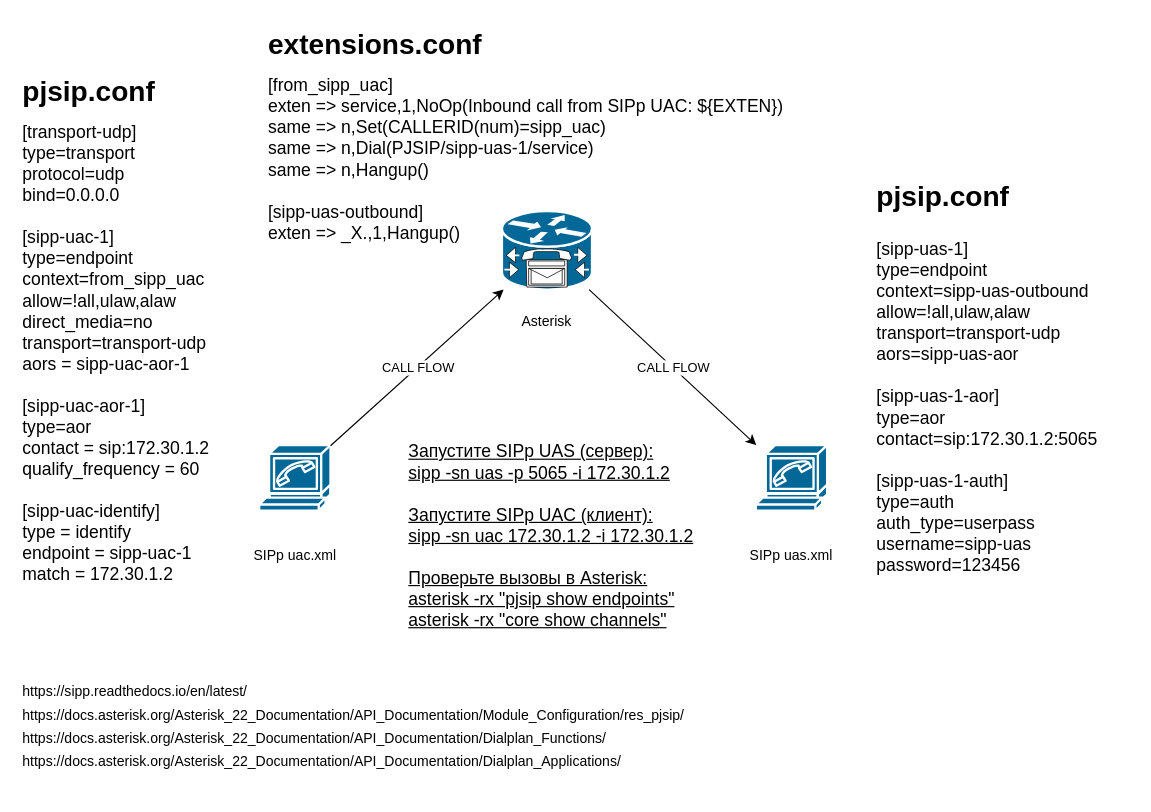
Earlier version of the draw.io diagram LAB1-2xSIPp-1xAsterisk.drawio (sysadminlab/voip). Source tidied: cells renumbered, new cells numbered last; positions are measured from the earlier drawing's top-left corner, leaving out a move shared by most shapes. Both pictures are drawn from the tidied source at 117%, with x=0, y=0 at pixel (20, 20).
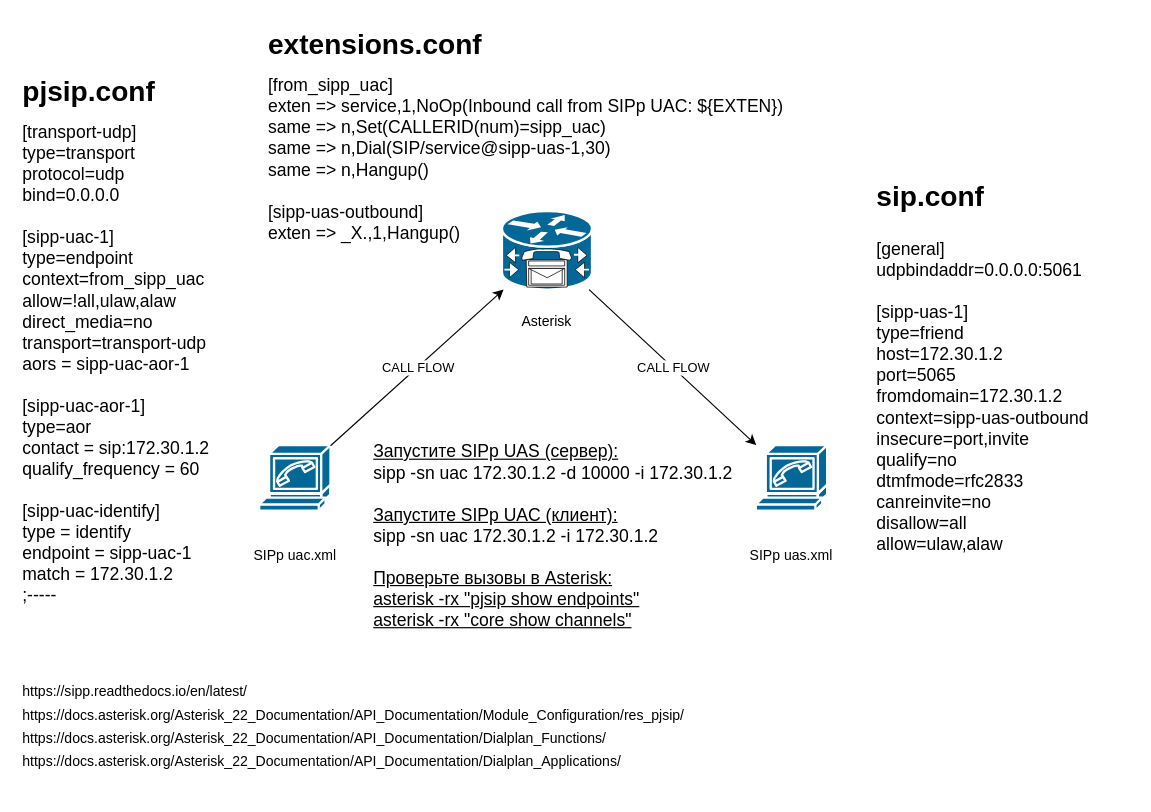
After the change.

Diff of the diagram source:
```diff
@@
-    <mxCell id="12" value="[from_sipp_uac]&lt;br&gt;exten =&amp;gt; service,1,NoOp(Inbound call from SIPp UAC: ${EXTEN})&lt;br&gt;same =&amp;gt; n,Set(CALLERID(num)=sipp_uac)&lt;br&gt;same =&amp;gt; n,Dial(PJSIP/sipp-uas-1/service)&amp;nbsp;&lt;br&gt;same =&amp;gt; n,Hangup()&lt;br&gt;&lt;br&gt;[sipp-uas-outbound]&lt;br&gt;exten =&amp;gt; _X.,1,Hangup()&lt;br&gt;&lt;div&gt;&lt;br&gt;&lt;/div&gt;" style="text;html=1;whiteSpace=wrap;overflow=hidden;rounded=0;fontSize=15;" parent="1" vertex="1">
+    <mxCell id="12" value="[from_sipp_uac]&lt;br&gt;exten =&amp;gt; service,1,NoOp(Inbound call from SIPp UAC: ${EXTEN})&lt;br&gt;same =&amp;gt; n,Set(CALLERID(num)=sipp_uac)&lt;br&gt;same =&amp;gt; n,Dial(SIP/service@sipp-uas-1,30)&lt;br&gt;same =&amp;gt; n,Hangup()&lt;br&gt;&lt;br&gt;[sipp-uas-outbound]&lt;br&gt;exten =&amp;gt; _X.,1,Hangup()&lt;br&gt;&lt;div&gt;&lt;br&gt;&lt;/div&gt;" style="text;html=1;whiteSpace=wrap;overflow=hidden;rounded=0;fontSize=15;" parent="1" vertex="1">
       <mxGeometry x="210" y="40" width="460.5" height="170" as="geometry" />
     </mxCell>
-    <mxCell id="13" value="&lt;div&gt;[transport-udp]&lt;br&gt;type=transport&lt;br&gt;protocol=udp&lt;br&gt;bind=0.0.0.0&lt;/div&gt;&lt;div&gt;&lt;br&gt;&lt;/div&gt;&lt;div&gt;[sipp-uac-1]&lt;/div&gt;type=endpoint&lt;br&gt;context=from_sipp_uac&lt;br&gt;allow=!all,ulaw,alaw&lt;br&gt;direct_media=no&lt;br&gt;transport=transport-udp&lt;br&gt;aors = sipp-uac-aor-1&lt;br&gt;&lt;br&gt;[sipp-uac-aor-1]&lt;br&gt;type=aor&lt;br&gt;contact = sip:172.30.1.2&lt;br&gt;qualify_frequency = 60&lt;br&gt;&lt;br&gt;[sipp-uac-identify]&lt;br&gt;type = identify&lt;br&gt;endpoint = sipp-uac-1&lt;br&gt;match = 172.30.1.2" style="text;html=1;whiteSpace=wrap;overflow=hidden;rounded=0;fontSize=15;" parent="1" vertex="1">
+    <mxCell id="13" value="&lt;div&gt;[transport-udp]&lt;br&gt;type=transport&lt;br&gt;protocol=udp&lt;br&gt;bind=0.0.0.0&lt;/div&gt;&lt;div&gt;&lt;br&gt;&lt;/div&gt;&lt;div&gt;[sipp-uac-1]&lt;/div&gt;type=endpoint&lt;br&gt;context=from_sipp_uac&lt;br&gt;allow=!all,ulaw,alaw&lt;br&gt;direct_media=no&lt;br&gt;transport=transport-udp&lt;br&gt;aors = sipp-uac-aor-1&lt;br&gt;&lt;br&gt;[sipp-uac-aor-1]&lt;br&gt;type=aor&lt;br&gt;contact = sip:172.30.1.2&lt;br&gt;qualify_frequency = 60&lt;br&gt;&lt;br&gt;[sipp-uac-identify]&lt;br&gt;type = identify&lt;br&gt;endpoint = sipp-uac-1&lt;br&gt;&lt;div&gt;match = 172.30.1.2&lt;/div&gt;&lt;div&gt;;-----&lt;/div&gt;&lt;div&gt;&lt;br&gt;&lt;/div&gt;" style="text;html=1;whiteSpace=wrap;overflow=hidden;rounded=0;fontSize=15;" parent="1" vertex="1">
       <mxGeometry y="80" width="200" height="440" as="geometry" />
     </mxCell>
-    <mxCell id="14" value="[sipp-uas-1]&lt;br&gt;type=endpoint&lt;br&gt;context=sipp-uas-outbound&lt;br&gt;allow=!all,ulaw,alaw&lt;br&gt;transport=transport-udp&lt;br&gt;aors=sipp-uas-aor&lt;br&gt;&lt;br&gt;[sipp-uas-1-aor]&lt;br&gt;type=aor&lt;br&gt;contact=sip:172.30.1.2:5065&amp;nbsp;&lt;br&gt;&lt;br&gt;[sipp-uas-1-auth]&lt;br&gt;type=auth&lt;br&gt;auth_type=userpass&lt;br&gt;username=sipp-uas&lt;br&gt;password=123456&amp;nbsp;&amp;nbsp;&lt;div&gt;&lt;br&gt;&lt;/div&gt;" style="text;html=1;whiteSpace=wrap;overflow=hidden;rounded=0;fontSize=15;" parent="1" vertex="1">
+    <mxCell id="14" value="&lt;div&gt;[general]&lt;/div&gt;&lt;div&gt;udpbindaddr=0.0.0.0:5061&lt;/div&gt;&lt;div&gt;&lt;br&gt;&lt;/div&gt;&lt;div&gt;[sipp-uas-1]&lt;/div&gt;type=friend&lt;br&gt;host=172.30.1.2&lt;br&gt;port=5065&lt;br&gt;fromdomain=172.30.1.2&lt;br&gt;context=sipp-uas-outbound&lt;br&gt;insecure=port,invite&lt;br&gt;qualify=no&lt;br&gt;dtmfmode=rfc2833&lt;br&gt;canreinvite=no&lt;br&gt;disallow=all&lt;br&gt;allow=ulaw,alaw" style="text;html=1;whiteSpace=wrap;overflow=hidden;rounded=0;fontSize=15;" parent="1" vertex="1">
       <mxGeometry x="730" y="180" width="220" height="327" as="geometry" />
     </mxCell>
-    <mxCell id="15" value="&lt;u&gt;Запустите SIPp UAS (сервер):&lt;br&gt;sipp -sn uas -p 5065 -i 172.30.1.2&lt;br&gt;&lt;br&gt;Запустите SIPp UAC (клиент):&lt;br&gt;sipp -sn uac 172.30.1.2 -i 172.30.1.2&lt;br&gt;&lt;br&gt;Проверьте вызовы в Asterisk:&lt;br&gt;asterisk -rx &quot;pjsip show endpoints&quot;&lt;br&gt;asterisk -rx &quot;core show channels&quot;&lt;/u&gt;" style="text;whiteSpace=wrap;html=1;fontSize=15;" parent="1" vertex="1">
-      <mxGeometry x="329.5" y="353" width="290.5" height="187" as="geometry" />
+    <mxCell id="15" value="&lt;u&gt;Запустите SIPp UAS (сервер):&lt;br&gt;&lt;/u&gt;sipp -sn uac 172.30.1.2 -d 10000 -i 172.30.1.2&lt;u&gt;&lt;br&gt;&lt;br&gt;Запустите SIPp UAC (клиент):&lt;br&gt;&lt;/u&gt;sipp -sn uac 172.30.1.2 -i 172.30.1.2&lt;u&gt;&lt;br&gt;&lt;br&gt;Проверьте вызовы в Asterisk:&lt;br&gt;asterisk -rx &quot;pjsip show endpoints&quot;&lt;br&gt;asterisk -rx &quot;core show channels&quot;&lt;/u&gt;" style="text;whiteSpace=wrap;html=1;fontSize=15;" parent="1" vertex="1">
+      <mxGeometry x="300" y="353" width="340.5" height="187" as="geometry" />
     </mxCell>
     <mxCell id="16" value="&lt;h1 style=&quot;margin-top: 0px;&quot;&gt;pjsip.conf&lt;/h1&gt;" style="text;whiteSpace=wrap;html=1;" parent="1" vertex="1">
-      <mxGeometry y="40" width="150" height="70" as="geometry" />
+      <mxGeometry y="40" width="150" height="30" as="geometry" />
     </mxCell>
-    <mxCell id="17" value="&lt;h1 style=&quot;margin-top: 0px;&quot;&gt;pjsip.conf&lt;/h1&gt;" style="text;whiteSpace=wrap;html=1;" parent="1" vertex="1">
+    <mxCell id="17" value="&lt;h1 style=&quot;margin-top: 0px;&quot;&gt;sip.conf&lt;/h1&gt;" style="text;whiteSpace=wrap;html=1;" parent="1" vertex="1">
       <mxGeometry x="730" y="130" width="150" height="70" as="geometry" />
     </mxCell>
```
